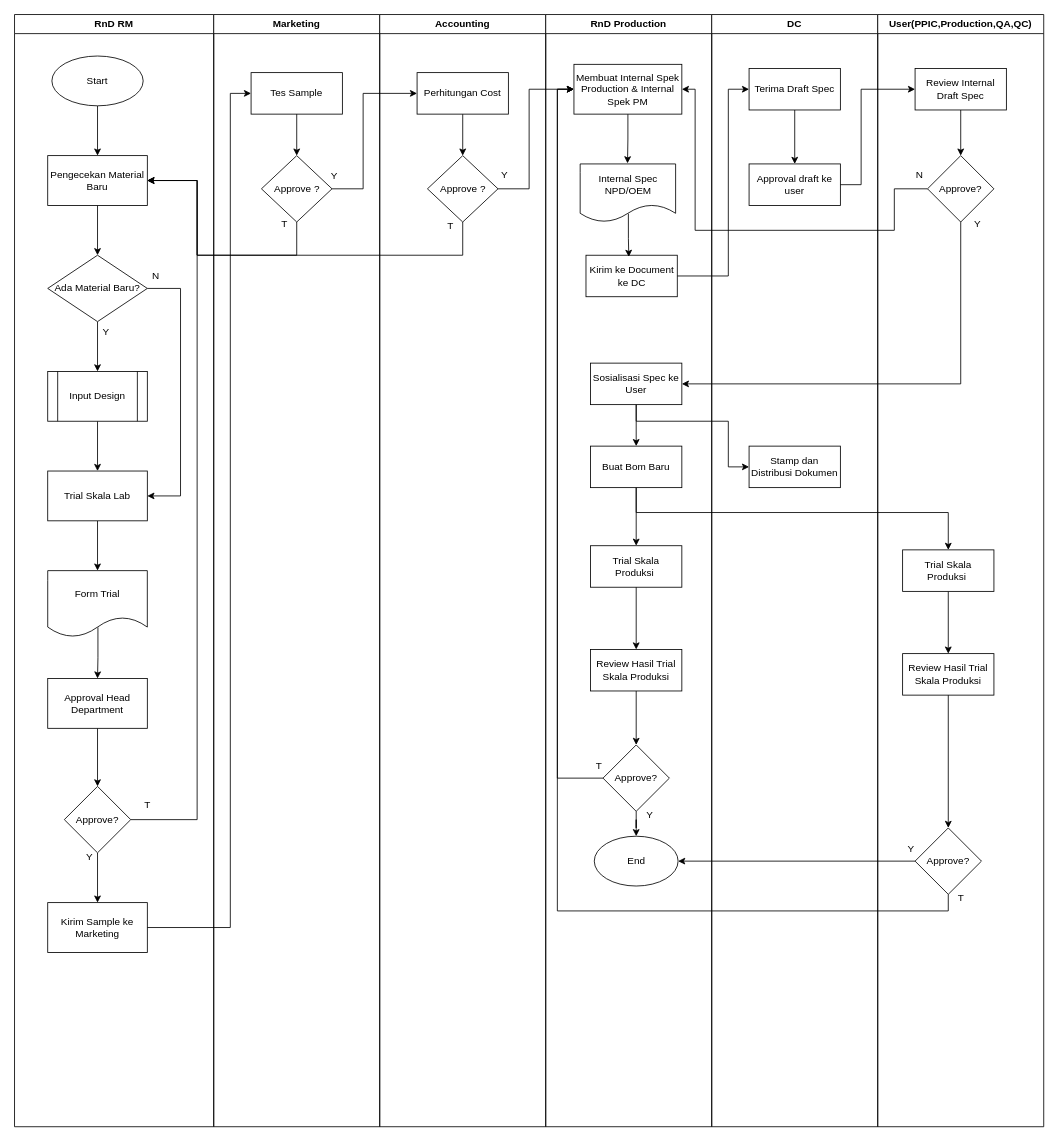
Before: page "SOP R&D - Reformulasi Produksi" (17 of 28) of SOP Agro.drawio in wilhelmus098/pf, a draw.io diagram. Source tidied: cells renumbered, new cells numbered last; positions are measured from the earlier drawing's top-left corner, leaving out a move shared by most shapes. Both pictures are drawn from the tidied source at 83%, with x=0, y=0 at pixel (14, 14).
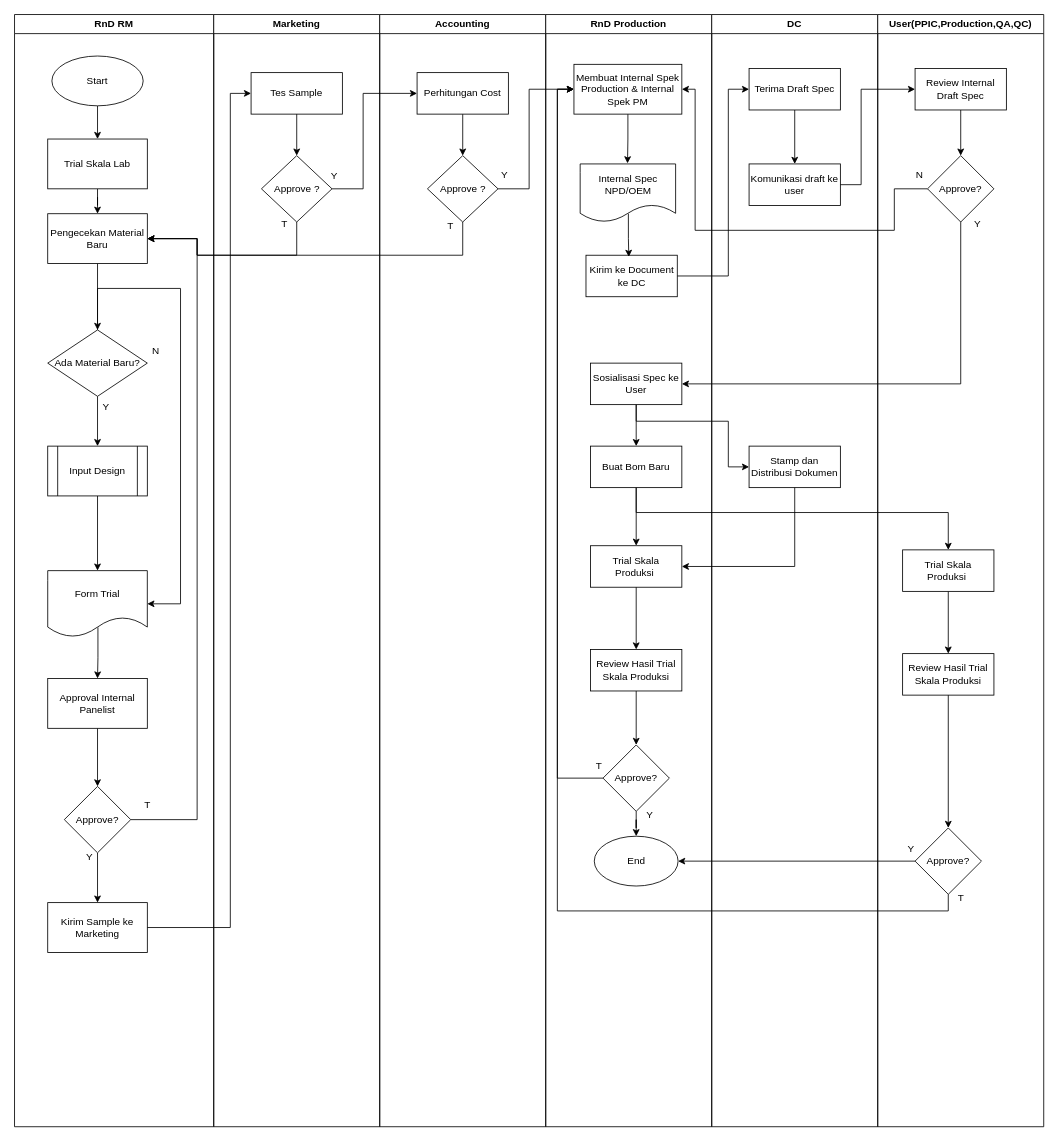
The same page after the edit.

The change refers to these unchanged cells:
```xml
<mxCell id="2" value="RnD RM" style="swimlane;whiteSpace=wrap;html=1;" parent="1" vertex="1">
  <mxGeometry width="240" height="1340" as="geometry" />
</mxCell>
<mxCell id="4" value="Start" style="ellipse;whiteSpace=wrap;html=1;" parent="2" vertex="1">
  <mxGeometry x="45" y="50" width="110" height="60" as="geometry" />
</mxCell>
<mxCell id="16" value="Form Trial" style="shape=document;whiteSpace=wrap;html=1;boundedLbl=1;" parent="2" vertex="1">
  <mxGeometry x="40" y="670" width="120" height="80" as="geometry" />
</mxCell>
<mxCell id="21" value="Approve?" style="rhombus;whiteSpace=wrap;html=1;" parent="2" vertex="1">
  <mxGeometry x="60" y="930" width="80" height="80" as="geometry" />
</mxCell>
<mxCell id="36" value="Approve ?" style="rhombus;whiteSpace=wrap;html=1;" parent="33" vertex="1">
  <mxGeometry x="57.5" y="170" width="85" height="80" as="geometry" />
</mxCell>
<mxCell id="48" value="Trial Skala Produksi&amp;nbsp;" style="rounded=0;whiteSpace=wrap;html=1;" parent="38" vertex="1">
  <mxGeometry x="54" y="640" width="110" height="50" as="geometry" />
</mxCell>
<mxCell id="60" value="DC" style="swimlane;whiteSpace=wrap;html=1;startSize=23;" parent="1" vertex="1">
  <mxGeometry x="840" width="200" height="1340" as="geometry" />
</mxCell>
<mxCell id="64" value="Stamp dan Distribusi Dokumen" style="rounded=0;whiteSpace=wrap;html=1;" parent="60" vertex="1">
  <mxGeometry x="45" y="520" width="110" height="50" as="geometry" />
</mxCell>
```

Change to the diagram source:
```diff
@@
-    <mxCell id="3" style="edgeStyle=orthogonalEdgeStyle;rounded=0;jettySize=auto;html=1;entryX=0.5;entryY=0;entryDx=0;entryDy=0;" parent="2" edge="1" source="4" target="6">
-      <mxGeometry relative="1" as="geometry" />
-    </mxCell>
+    <mxCell id="89" style="edgeStyle=orthogonalEdgeStyle;rounded=0;jettySize=auto;html=1;" parent="2" edge="1" source="4" target="13">
+      <mxGeometry relative="1" as="geometry" />
+    </mxCell>
@@
     <mxCell id="6" value="Pengecekan Material Baru" style="rounded=0;whiteSpace=wrap;html=1;" parent="2" vertex="1">
-      <mxGeometry x="40" y="170" width="120" height="60" as="geometry" />
+      <mxGeometry x="40" y="240" width="120" height="60" as="geometry" />
     </mxCell>
-    <mxCell id="7" style="edgeStyle=orthogonalEdgeStyle;rounded=0;jettySize=auto;html=1;" parent="2" edge="1" source="9" target="11">
-      <mxGeometry relative="1" as="geometry" />
-    </mxCell>
-    <mxCell id="8" style="edgeStyle=orthogonalEdgeStyle;rounded=0;jettySize=auto;html=1;entryX=1;entryY=0.5;entryDx=0;entryDy=0;" parent="2" edge="1" source="9" target="13">
+    <mxCell id="8" style="edgeStyle=orthogonalEdgeStyle;rounded=0;jettySize=auto;html=1;entryX=1;entryY=0.5;entryDx=0;entryDy=0;" parent="2" edge="1" source="9" target="16">
       <mxGeometry relative="1" as="geometry">
         <Array as="points">
           <mxPoint x="200" y="330" />
-          <mxPoint x="200" y="580" />
+          <mxPoint x="200" y="710" />
         </Array>
       </mxGeometry>
     </mxCell>
-    <mxCell id="9" value="Ada Material Baru?" style="rhombus;whiteSpace=wrap;html=1;" parent="2" vertex="1">
-      <mxGeometry x="40" y="290" width="120" height="80" as="geometry" />
-    </mxCell>
-    <mxCell id="10" style="edgeStyle=orthogonalEdgeStyle;rounded=0;jettySize=auto;html=1;" parent="2" edge="1" source="11" target="13">
+    <mxCell id="10" style="edgeStyle=orthogonalEdgeStyle;rounded=0;jettySize=auto;html=1;entryX=0.5;entryY=0;entryDx=0;entryDy=0;" parent="2" edge="1" source="11" target="16">
       <mxGeometry relative="1" as="geometry" />
     </mxCell>
-    <mxCell id="11" value="Input Design" style="shape=process;whiteSpace=wrap;html=1;backgroundOutline=1;" parent="2" vertex="1">
-      <mxGeometry x="40" y="430" width="120" height="60" as="geometry" />
-    </mxCell>
-    <mxCell id="12" style="edgeStyle=orthogonalEdgeStyle;rounded=0;jettySize=auto;html=1;entryX=0.5;entryY=0;entryDx=0;entryDy=0;" parent="2" edge="1" source="13" target="16">
-      <mxGeometry relative="1" as="geometry" />
-    </mxCell>
-    <mxCell id="13" value="Trial Skala Lab" style="rounded=0;whiteSpace=wrap;html=1;" parent="2" vertex="1">
-      <mxGeometry x="40" y="550" width="120" height="60" as="geometry" />
-    </mxCell>
-    <mxCell id="14" value="N" style="text;html=1;align=center;verticalAlign=middle;strokeColor=none;fillColor=none;" parent="2" vertex="1">
-      <mxGeometry x="155" y="300" width="30" height="30" as="geometry" />
-    </mxCell>
@@
-    <mxCell id="18" value="Approval Head Department" style="rounded=0;whiteSpace=wrap;html=1;" parent="2" vertex="1">
+    <mxCell id="18" value="Approval Internal Panelist" style="rounded=0;whiteSpace=wrap;html=1;" parent="2" vertex="1">
       <mxGeometry x="40" y="800" width="120" height="60" as="geometry" />
     </mxCell>
@@
     <mxCell id="20" style="edgeStyle=orthogonalEdgeStyle;rounded=0;jettySize=auto;html=1;entryX=1;entryY=0.5;entryDx=0;entryDy=0;" parent="2" edge="1" source="21" target="6">
       <mxGeometry relative="1" as="geometry">
         <Array as="points">
           <mxPoint x="220" y="970" />
-          <mxPoint x="220" y="200" />
+          <mxPoint x="220" y="270" />
         </Array>
       </mxGeometry>
     </mxCell>
@@
+    <mxCell id="90" style="edgeStyle=orthogonalEdgeStyle;rounded=0;jettySize=auto;html=1;" parent="2" edge="1" source="13" target="6">
+      <mxGeometry relative="1" as="geometry" />
+    </mxCell>
+    <mxCell id="13" value="Trial Skala Lab" style="rounded=0;whiteSpace=wrap;html=1;" parent="2" vertex="1">
+      <mxGeometry x="40" y="150" width="120" height="60" as="geometry" />
+    </mxCell>
+    <mxCell id="7" style="edgeStyle=orthogonalEdgeStyle;rounded=0;jettySize=auto;html=1;" parent="2" edge="1" source="9" target="11">
+      <mxGeometry relative="1" as="geometry" />
+    </mxCell>
+    <mxCell id="9" value="Ada Material Baru?" style="rhombus;whiteSpace=wrap;html=1;" parent="2" vertex="1">
+      <mxGeometry x="40" y="380" width="120" height="80" as="geometry" />
+    </mxCell>
+    <mxCell id="11" value="Input Design" style="shape=process;whiteSpace=wrap;html=1;backgroundOutline=1;" parent="2" vertex="1">
+      <mxGeometry x="40" y="520" width="120" height="60" as="geometry" />
+    </mxCell>
+    <mxCell id="14" value="N" style="text;html=1;align=center;verticalAlign=middle;strokeColor=none;fillColor=none;" parent="2" vertex="1">
+      <mxGeometry x="155" y="390" width="30" height="30" as="geometry" />
+    </mxCell>
-    <mxCell id="24" value="Y" style="text;html=1;align=center;verticalAlign=middle;strokeColor=none;fillColor=none;" parent="1" vertex="1">
-      <mxGeometry x="95" y="368" width="30" height="30" as="geometry" />
+    <mxCell id="24" value="Y" style="text;html=1;align=center;verticalAlign=middle;strokeColor=none;fillColor=none;" parent="2" vertex="1">
+      <mxGeometry x="95" y="458" width="30" height="30" as="geometry" />
     </mxCell>
@@
     <mxCell id="32" style="edgeStyle=orthogonalEdgeStyle;rounded=0;jettySize=auto;html=1;entryX=1;entryY=0.5;entryDx=0;entryDy=0;" parent="1" edge="1" target="6">
       <mxGeometry relative="1" as="geometry">
         <mxPoint x="340" y="250" as="sourcePoint" />
         <Array as="points">
           <mxPoint x="340" y="290" />
           <mxPoint x="220" y="290" />
-          <mxPoint x="220" y="200" />
+          <mxPoint x="220" y="270" />
         </Array>
       </mxGeometry>
     </mxCell>
@@
-    <mxCell id="63" value="Approval draft ke user" style="rounded=0;whiteSpace=wrap;html=1;" parent="60" vertex="1">
+    <mxCell id="63" value="Komunikasi draft ke user" style="rounded=0;whiteSpace=wrap;html=1;" parent="60" vertex="1">
       <mxGeometry x="45" y="180" width="110" height="50" as="geometry" />
     </mxCell>
@@
     <mxCell id="86" style="edgeStyle=orthogonalEdgeStyle;rounded=0;jettySize=auto;html=1;entryX=1;entryY=0.5;entryDx=0;entryDy=0;" parent="1" edge="1" source="36" target="6">
       <mxGeometry relative="1" as="geometry">
         <Array as="points">
           <mxPoint x="540" y="290" />
           <mxPoint x="220" y="290" />
-          <mxPoint x="220" y="200" />
+          <mxPoint x="220" y="270" />
         </Array>
       </mxGeometry>
     </mxCell>
@@
+    <mxCell id="91" style="endArrow=classic;html=1;rounded=0;exitX=0.5;exitY=1;exitDx=0;exitDy=0;entryX=1;entryY=0.5;entryDx=0;entryDy=0;" parent="1" edge="1" source="64" target="48">
+      <mxGeometry relative="1" as="geometry">
+        <Array as="points">
+          <mxPoint x="940" y="665" />
+        </Array>
+      </mxGeometry>
+    </mxCell>
```
